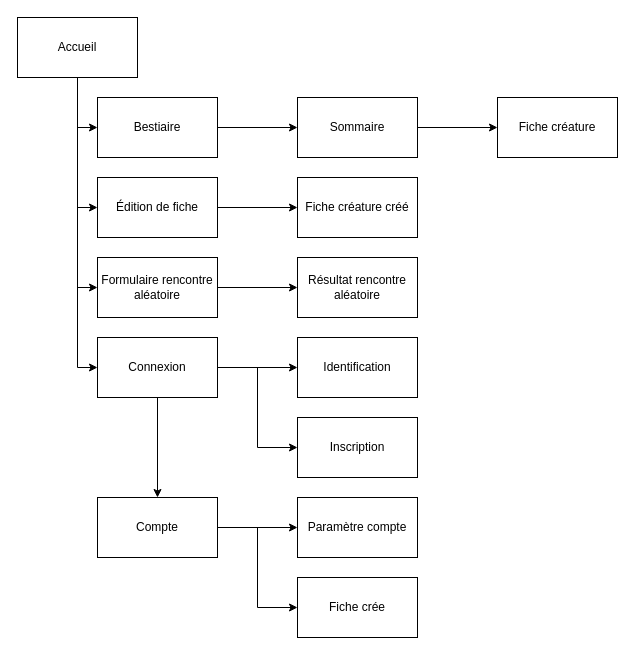
SkollLockheart/ADRAR_Cours keeps this draw.io diagram as 3_Mon_Projet_Fil_Rouge/2_Maquettage/Arborescence Site.drawio. Above is the earlier version. Source tidied: cells renumbered, new cells numbered last; positions are measured from the earlier drawing's top-left corner, leaving out a move shared by most shapes. Both pictures are drawn from the tidied source at 100%, with x=0, y=0 at pixel (17, 17).
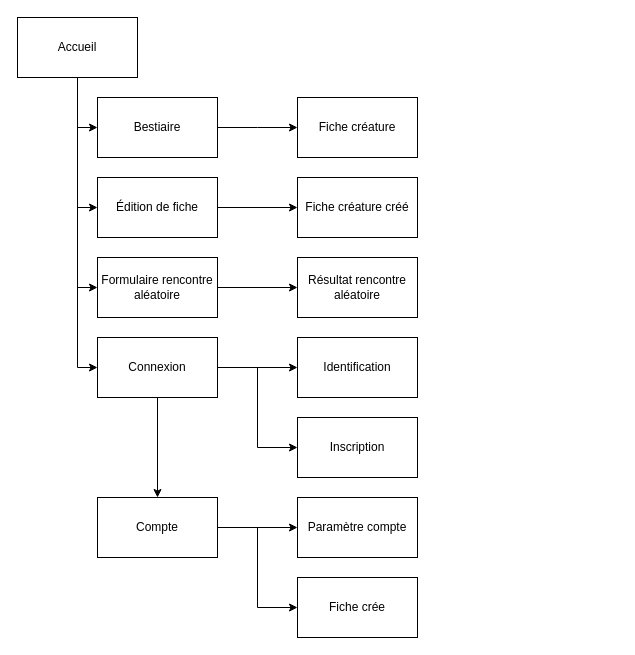
Above is the later version.

The change refers to these unchanged cells:
```xml
<mxCell id="8" value="Bestiaire" style="rounded=0;whiteSpace=wrap;html=1;" parent="1" vertex="1">
  <mxGeometry x="80" y="80" width="120" height="60" as="geometry" />
</mxCell>
```

The edit, as a diff of the source:
```diff
@@
-    <mxCell id="7" style="edgeStyle=orthogonalEdgeStyle;rounded=0;jettySize=auto;html=1;" parent="1" edge="1" source="8" target="18">
-      <mxGeometry relative="1" as="geometry" />
+    <mxCell id="7" style="edgeStyle=orthogonalEdgeStyle;rounded=0;jettySize=auto;html=1;" parent="1" edge="1" source="8">
+      <mxGeometry relative="1" as="geometry">
+        <mxPoint x="280" y="110" as="targetPoint" />
+      </mxGeometry>
     </mxCell>
@@
-    <mxCell id="17" style="edgeStyle=orthogonalEdgeStyle;rounded=0;jettySize=auto;html=1;" parent="1" edge="1" source="18" target="19">
-      <mxGeometry relative="1" as="geometry" />
-    </mxCell>
-    <mxCell id="18" value="Sommaire" style="whiteSpace=wrap;html=1;rounded=0;" parent="1" vertex="1">
-      <mxGeometry x="280" y="80" width="120" height="60" as="geometry" />
-    </mxCell>
     <mxCell id="19" value="Fiche créature" style="whiteSpace=wrap;html=1;rounded=0;" parent="1" vertex="1">
-      <mxGeometry x="480" y="80" width="120" height="60" as="geometry" />
+      <mxGeometry x="280" y="80" width="120" height="60" as="geometry" />
     </mxCell>
```
